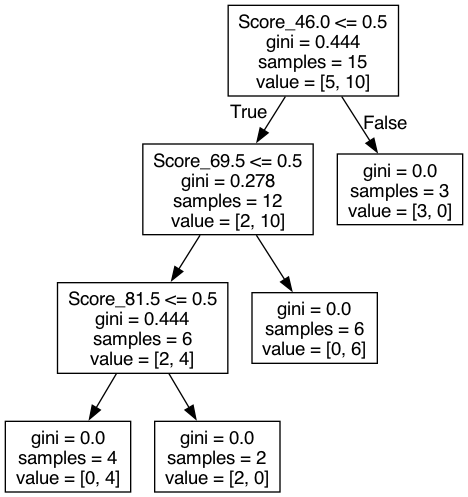
Before: Assignment1/tree.png, a diagram exported from Graphviz (DeneshwaraSai/IIT-CS484-ML). Its source is kept beside it as Assignment1/tree.dot.
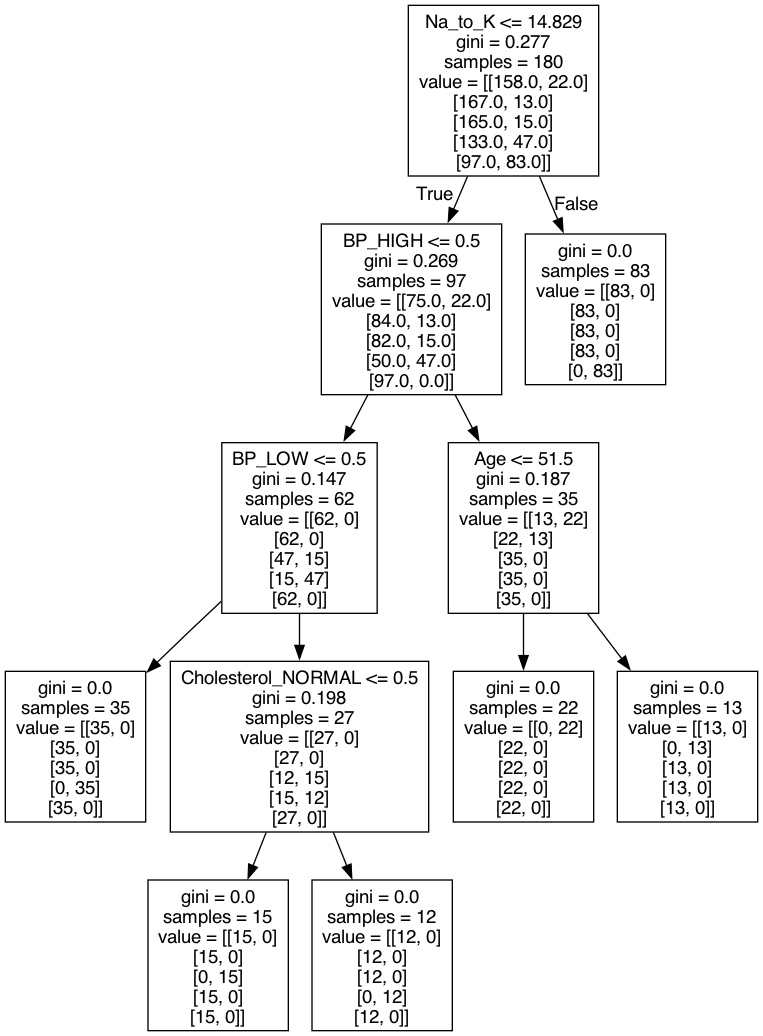
After the commit.

Diff of the diagram source:
```diff
@@ -1,17 +1,25 @@
 digraph Tree {
 node [shape=box, fontname="helvetica"] ;
 edge [fontname="helvetica"] ;
-0 [label="Score_46.0 <= 0.5\ngini = 0.444\nsamples = 15\nvalue = [5, 10]"] ;
-1 [label="Score_69.5 <= 0.5\ngini = 0.278\nsamples = 12\nvalue = [2, 10]"] ;
+0 [label="Na_to_K <= 14.829\ngini = 0.277\nsamples = 180\nvalue = [[158.0, 22.0]\n[167.0, 13.0]\n[165.0, 15.0]\n[133.0, 47.0]\n[97.0, 83.0]]"] ;
+1 [label="BP_HIGH <= 0.5\ngini = 0.269\nsamples = 97\nvalue = [[75.0, 22.0]\n[84.0, 13.0]\n[82.0, 15.0]\n[50.0, 47.0]\n[97.0, 0.0]]"] ;
 0 -> 1 [labeldistance=2.5, labelangle=45, headlabel="True"] ;
-2 [label="Score_81.5 <= 0.5\ngini = 0.444\nsamples = 6\nvalue = [2, 4]"] ;
+2 [label="BP_LOW <= 0.5\ngini = 0.147\nsamples = 62\nvalue = [[62, 0]\n[62, 0]\n[47, 15]\n[15, 47]\n[62, 0]]"] ;
 1 -> 2 ;
-3 [label="gini = 0.0\nsamples = 4\nvalue = [0, 4]"] ;
+3 [label="gini = 0.0\nsamples = 35\nvalue = [[35, 0]\n[35, 0]\n[35, 0]\n[0, 35]\n[35, 0]]"] ;
 2 -> 3 ;
-4 [label="gini = 0.0\nsamples = 2\nvalue = [2, 0]"] ;
+4 [label="Cholesterol_NORMAL <= 0.5\ngini = 0.198\nsamples = 27\nvalue = [[27, 0]\n[27, 0]\n[12, 15]\n[15, 12]\n[27, 0]]"] ;
 2 -> 4 ;
-5 [label="gini = 0.0\nsamples = 6\nvalue = [0, 6]"] ;
-1 -> 5 ;
-6 [label="gini = 0.0\nsamples = 3\nvalue = [3, 0]"] ;
-0 -> 6 [labeldistance=2.5, labelangle=-45, headlabel="False"] ;
+5 [label="gini = 0.0\nsamples = 15\nvalue = [[15, 0]\n[15, 0]\n[0, 15]\n[15, 0]\n[15, 0]]"] ;
+4 -> 5 ;
+6 [label="gini = 0.0\nsamples = 12\nvalue = [[12, 0]\n[12, 0]\n[12, 0]\n[0, 12]\n[12, 0]]"] ;
+4 -> 6 ;
+7 [label="Age <= 51.5\ngini = 0.187\nsamples = 35\nvalue = [[13, 22]\n[22, 13]\n[35, 0]\n[35, 0]\n[35, 0]]"] ;
+1 -> 7 ;
+8 [label="gini = 0.0\nsamples = 22\nvalue = [[0, 22]\n[22, 0]\n[22, 0]\n[22, 0]\n[22, 0]]"] ;
+7 -> 8 ;
+9 [label="gini = 0.0\nsamples = 13\nvalue = [[13, 0]\n[0, 13]\n[13, 0]\n[13, 0]\n[13, 0]]"] ;
+7 -> 9 ;
+10 [label="gini = 0.0\nsamples = 83\nvalue = [[83, 0]\n[83, 0]\n[83, 0]\n[83, 0]\n[0, 83]]"] ;
+0 -> 10 [labeldistance=2.5, labelangle=-45, headlabel="False"] ;
 }
```
